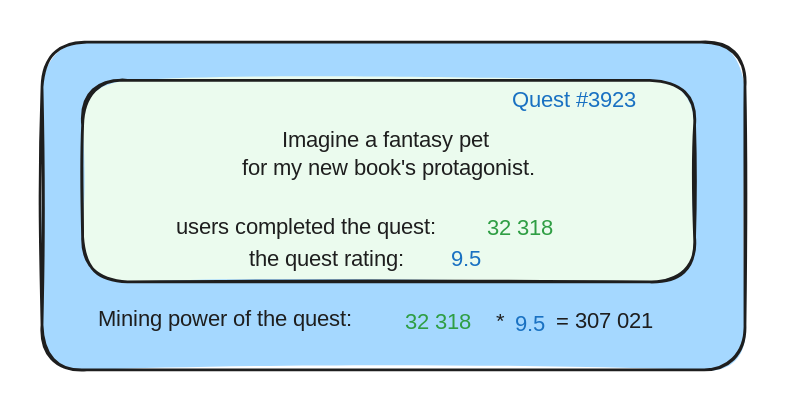
Before: .gitbook/assets/file.excalidraw.svg, a diagram exported from Excalidraw (Questfall/docs). Source tidied: one line per element, renumbered; positions are measured from the earlier drawing's top-left corner, leaving out a move shared by most shapes.
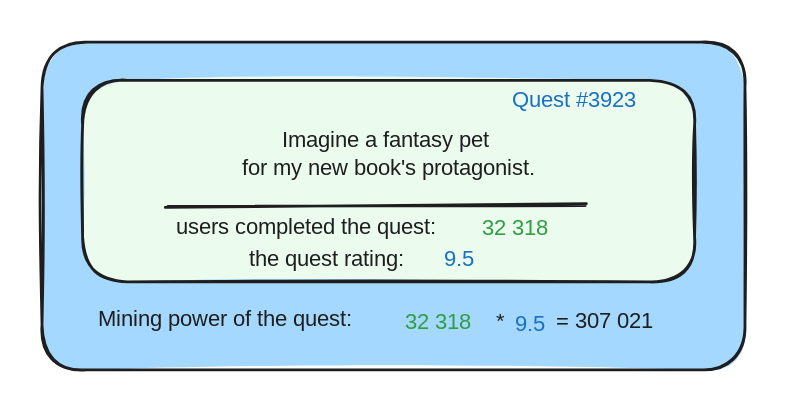
The same file after the commit.

Commit message:
GITBOOK-107: No subject

What changed in the source:
```diff
@@ -3,11 +3,12 @@
 {"id": 2, "type": "text", "text": "users completed the quest:", "strokeColor": "#1e1e1e", "strokeWidth": 2, "roughness": 1, "fontSize": 16, "fontFamily": 1, "x": 96, "y": 123, "width": 215, "height": 20}
 {"id": 3, "type": "text", "text": "Imagine a fantasy pet \nfor my new book's protagonist.", "strokeColor": "#1e1e1e", "strokeWidth": 2, "roughness": 1, "fontSize": 16, "fontFamily": 1, "textAlign": "center", "x": 128, "y": 60, "width": 239, "height": 40}
 {"id": 4, "type": "text", "text": "the quest rating:", "strokeColor": "#1e1e1e", "strokeWidth": 2, "roughness": 1, "fontSize": 16, "fontFamily": 1, "x": 148, "y": 146, "width": 135, "height": 20}
-{"id": 5, "type": "text", "text": "32 318", "strokeColor": "#2f9e44", "strokeWidth": 2, "roughness": 1, "fontSize": 16, "fontFamily": 1, "x": 318, "y": 124, "width": 58, "height": 20}
+{"id": 5, "type": "text", "text": "32 318", "strokeColor": "#2f9e44", "strokeWidth": 2, "roughness": 1, "fontSize": 16, "fontFamily": 1, "x": 314, "y": 124, "width": 58, "height": 20}
-{"id": 6, "type": "text", "text": "9.5", "strokeColor": "#1971c2", "strokeWidth": 2, "roughness": 1, "fontSize": 16, "fontFamily": 1, "x": 292, "y": 146, "width": 24, "height": 20}
+{"id": 6, "type": "text", "text": "9.5", "strokeColor": "#1971c2", "strokeWidth": 2, "roughness": 1, "fontSize": 16, "fontFamily": 1, "x": 287, "y": 146, "width": 24, "height": 20}
 {"id": 7, "type": "text", "text": "Mining power of the quest:", "strokeColor": "#1e1e1e", "strokeWidth": 2, "roughness": 1, "fontSize": 16, "fontFamily": 1, "x": 40, "y": 189, "width": 207, "height": 20}
 {"id": 8, "type": "text", "text": "Quest #3923", "strokeColor": "#1971c2", "strokeWidth": 2, "roughness": 1, "fontSize": 16, "fontFamily": 1, "textAlign": "center", "x": 325, "y": 32, "width": 111, "height": 20}
 {"id": 9, "type": "text", "text": "32 318", "strokeColor": "#2f9e44", "strokeWidth": 2, "roughness": 1, "fontSize": 16, "fontFamily": 1, "x": 259, "y": 191, "width": 58, "height": 20}
 {"id": 10, "type": "text", "text": "*", "strokeColor": "#1e1e1e", "strokeWidth": 2, "roughness": 1, "fontSize": 16, "fontFamily": 1, "x": 324, "y": 191, "width": 8, "height": 20}
 {"id": 11, "type": "text", "text": "9.5", "strokeColor": "#1971c2", "strokeWidth": 2, "roughness": 1, "fontSize": 16, "fontFamily": 1, "x": 338, "y": 192, "width": 24, "height": 20}
 {"id": 12, "type": "text", "text": "= 307 021", "strokeColor": "#1e1e1e", "strokeWidth": 2, "roughness": 1, "fontSize": 16, "fontFamily": 1, "x": 367, "y": 190, "width": 83, "height": 20}
+{"id": 13, "type": "line", "strokeColor": "#1e1e1e", "strokeWidth": 2, "roughness": 1, "round": true, "x": 88, "y": 118, "width": 300, "height": 2, "points": [[0, 0], [300, -2]]}
```
